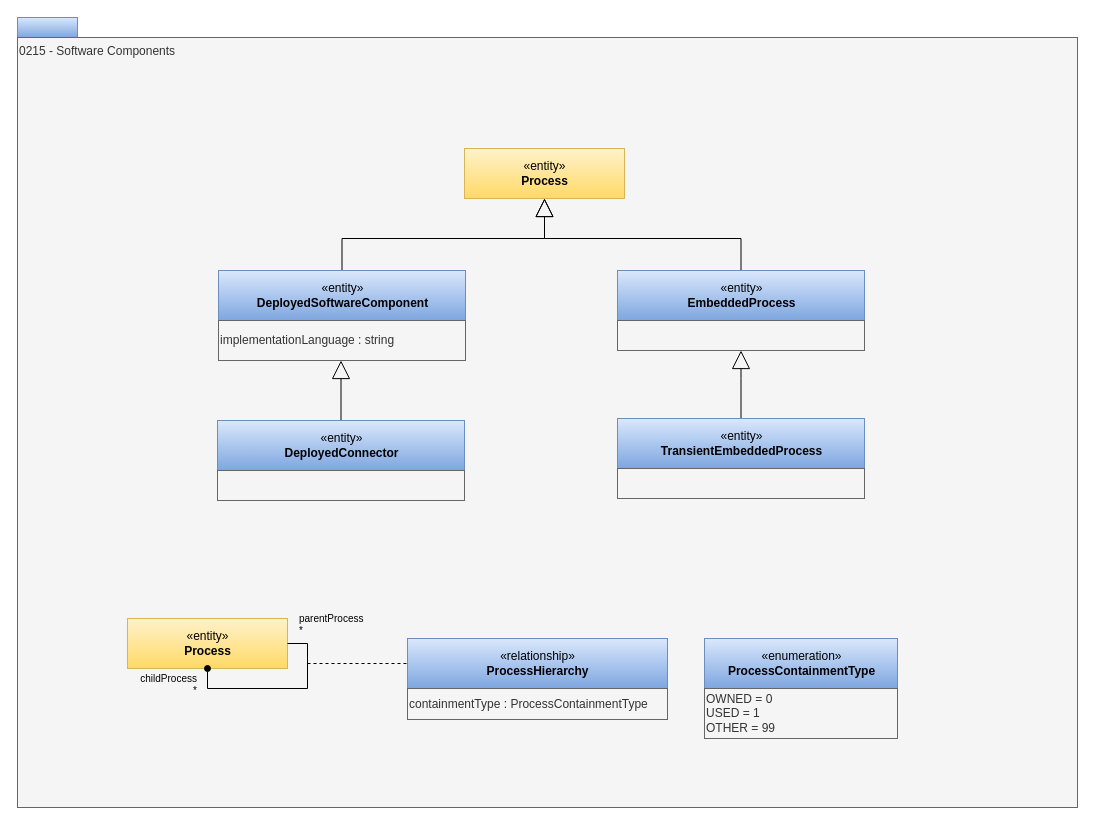
Above: page "0215-Software-Components" (7 of 24) of site/docs/types/2/area-2-assets.drawio in odpi/egeria-docs (draw.io), before the change. Source tidied: cells renumbered, new cells numbered last; positions are measured from the earlier drawing's top-left corner, leaving out a move shared by most shapes. Both pictures are drawn from the tidied source at 100%, with x=0, y=0 at pixel (17, 17).
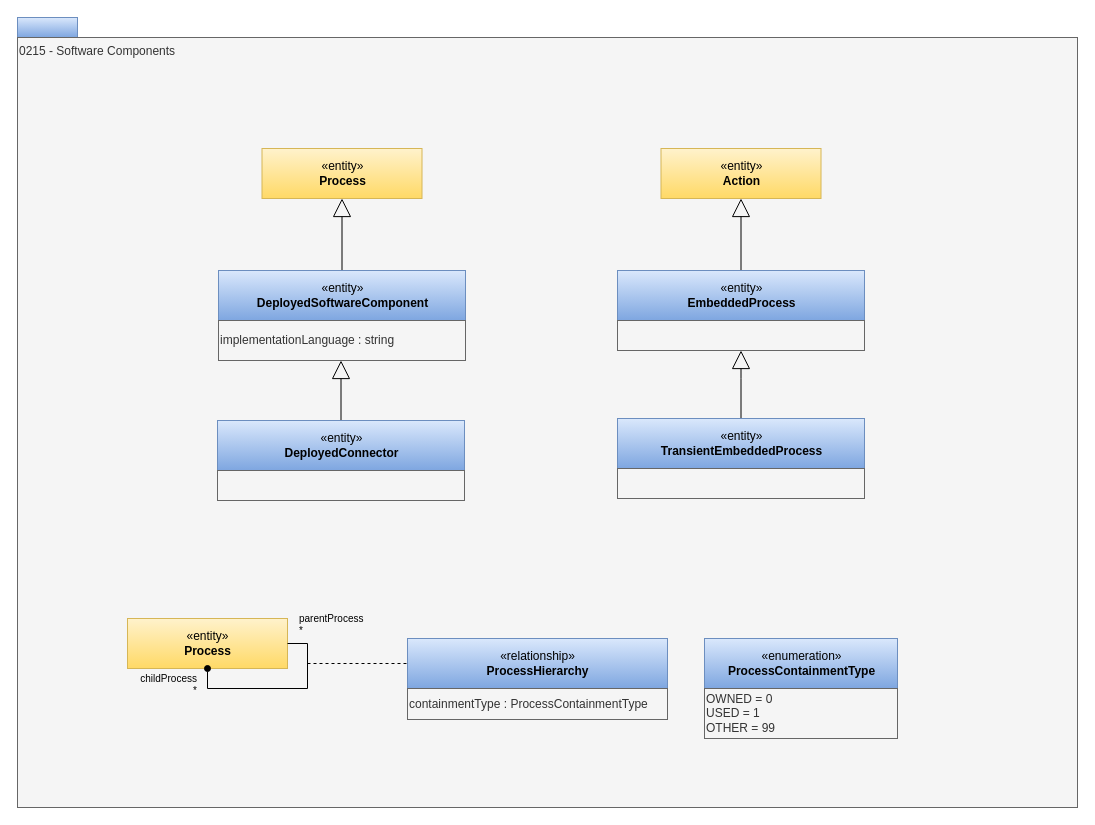
After the change.

The change refers to these unchanged cells:
```xml
<mxCell id="18" value="«entity»&lt;br&gt;&lt;b&gt;DeployedSoftwareComponent&lt;/b&gt;" style="html=1;strokeColor=#6c8ebf;align=center;fillColor=#dae8fc;gradientColor=#7ea6e0;" parent="1" vertex="1">
  <mxGeometry x="201" y="253" width="247" height="50" as="geometry" />
</mxCell>
<mxCell id="20" value="«entity»&lt;br&gt;&lt;b&gt;EmbeddedProcess&lt;/b&gt;" style="html=1;strokeColor=#6c8ebf;align=center;fillColor=#dae8fc;gradientColor=#7ea6e0;" parent="1" vertex="1">
  <mxGeometry x="600" y="253" width="247" height="50" as="geometry" />
</mxCell>
```

The edit, as a diff of the source:
```diff
@@
     <mxCell id="4" value="«entity»&lt;br&gt;&lt;b&gt;Process&lt;/b&gt;" style="html=1;strokeColor=#d6b656;align=center;fillColor=#fff2cc;gradientColor=#ffd966;" parent="1" vertex="1">
-      <mxGeometry x="447" y="131" width="160" height="50" as="geometry" />
+      <mxGeometry x="244.5" y="131" width="160" height="50" as="geometry" />
     </mxCell>
-    <mxCell id="5" style="edgeStyle=orthogonalEdgeStyle;rounded=0;jettySize=auto;html=1;exitX=0.5;exitY=0;exitDx=0;exitDy=0;startSize=6;endArrow=block;endFill=0;endSize=16;entryX=0.5;entryY=1;entryDx=0;entryDy=0;" parent="1" edge="1" source="18" target="4">
-      <mxGeometry x="-57" y="-1" as="geometry">
-        <Array as="points">
-          <mxPoint x="325" y="221" />
-          <mxPoint x="527" y="221" />
-        </Array>
-      </mxGeometry>
-    </mxCell>
@@
-    <mxCell id="7" style="edgeStyle=orthogonalEdgeStyle;rounded=0;jettySize=auto;html=1;endArrow=block;endFill=0;endSize=16;exitX=0.5;exitY=0;exitDx=0;exitDy=0;" parent="1" edge="1" source="20">
-      <mxGeometry x="-57" y="-1" as="geometry">
-        <mxPoint x="527" y="181" as="targetPoint" />
-        <Array as="points">
-          <mxPoint x="724" y="221" />
-          <mxPoint x="527" y="221" />
-        </Array>
-      </mxGeometry>
-    </mxCell>
@@
+    <mxCell id="5" style="edgeStyle=orthogonalEdgeStyle;rounded=0;jettySize=auto;html=1;exitX=0.5;exitY=0;exitDx=0;exitDy=0;endArrow=block;endFill=0;endSize=16;" parent="1" edge="1" source="18" target="4">
+      <mxGeometry relative="1" as="geometry" />
+    </mxCell>
@@
+    <mxCell id="26" style="edgeStyle=orthogonalEdgeStyle;rounded=0;jettySize=auto;html=1;exitX=0.5;exitY=0;exitDx=0;exitDy=0;endArrow=block;endFill=0;endSize=16;" parent="1" edge="1" source="20" target="27">
+      <mxGeometry relative="1" as="geometry" />
+    </mxCell>
@@
+    <mxCell id="27" value="«entity»&lt;br&gt;&lt;b&gt;Action&lt;/b&gt;" style="html=1;strokeColor=#d6b656;align=center;fillColor=#fff2cc;gradientColor=#ffd966;" parent="1" vertex="1">
+      <mxGeometry x="643.5" y="131" width="160" height="50" as="geometry" />
+    </mxCell>
```
